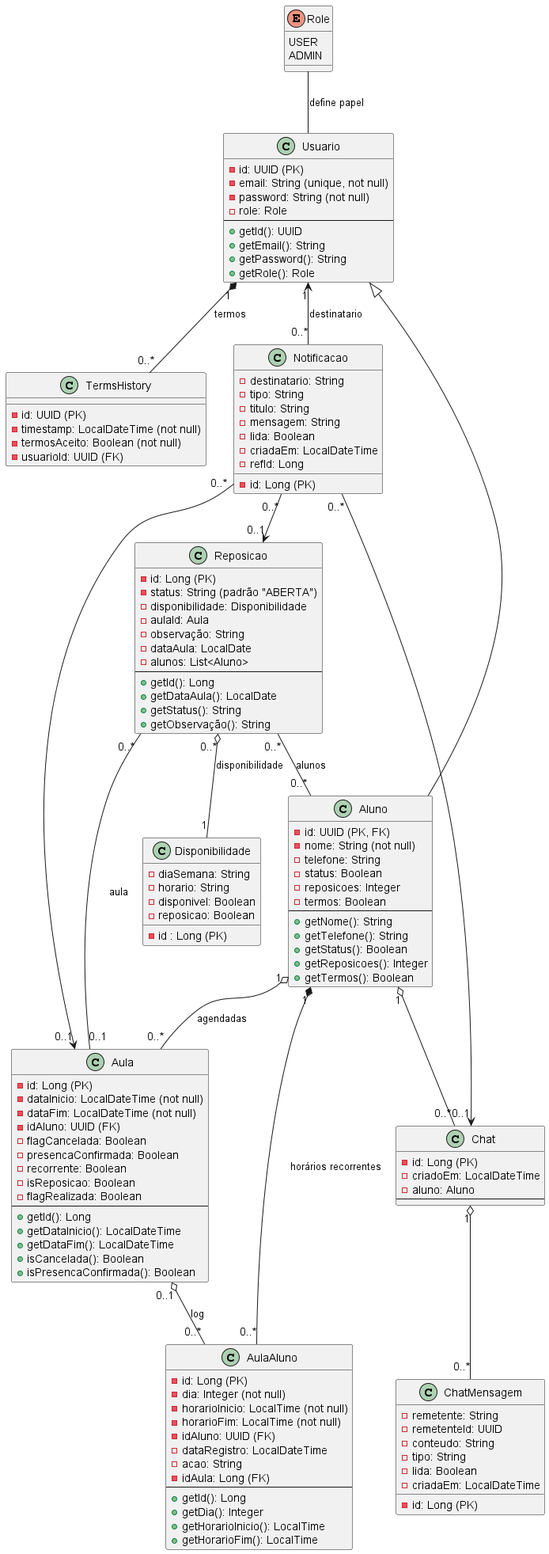
RafaelVolpini/MarcosMusic keeps this PlantUML diagram as Docs/Marcos_Music_Classe.png. Above is the earlier version.
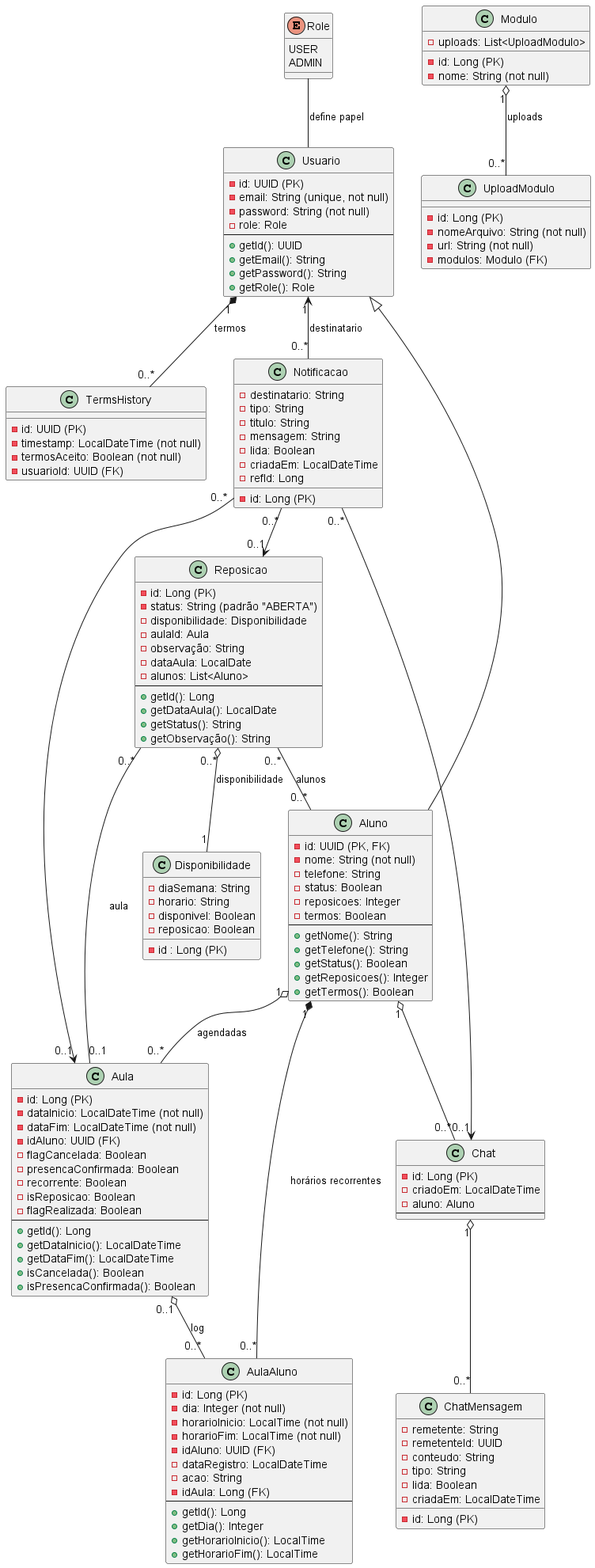
The same file after the commit.

Commit message:
docs: atualização diagrama de classes e diagrama de casos de uso

Diff of the diagram source:
```diff
@@ -124,6 +124,19 @@
     - refId: Long
 }
 
+class Modulo {
+    - id: Long (PK)
+    - nome: String (not null)
+    - uploads: List<UploadModulo>
+}
+
+class UploadModulo {
+    - id: Long (PK)
+    - nomeArquivo: String (not null)
+    - url: String (not null)
+    - modulos: Modulo (FK)
+}
+
 
 Usuario <|-- Aluno
 
@@ -145,4 +158,5 @@
 Notificacao "0..*" --> "0..1" Reposicao
 Notificacao "0..*" --> "0..1" Chat
 Usuario "1" <-- "0..*" Notificacao : destinatario
+Modulo "1" o-- "0..*" UploadModulo : uploads
 @enduml
```
